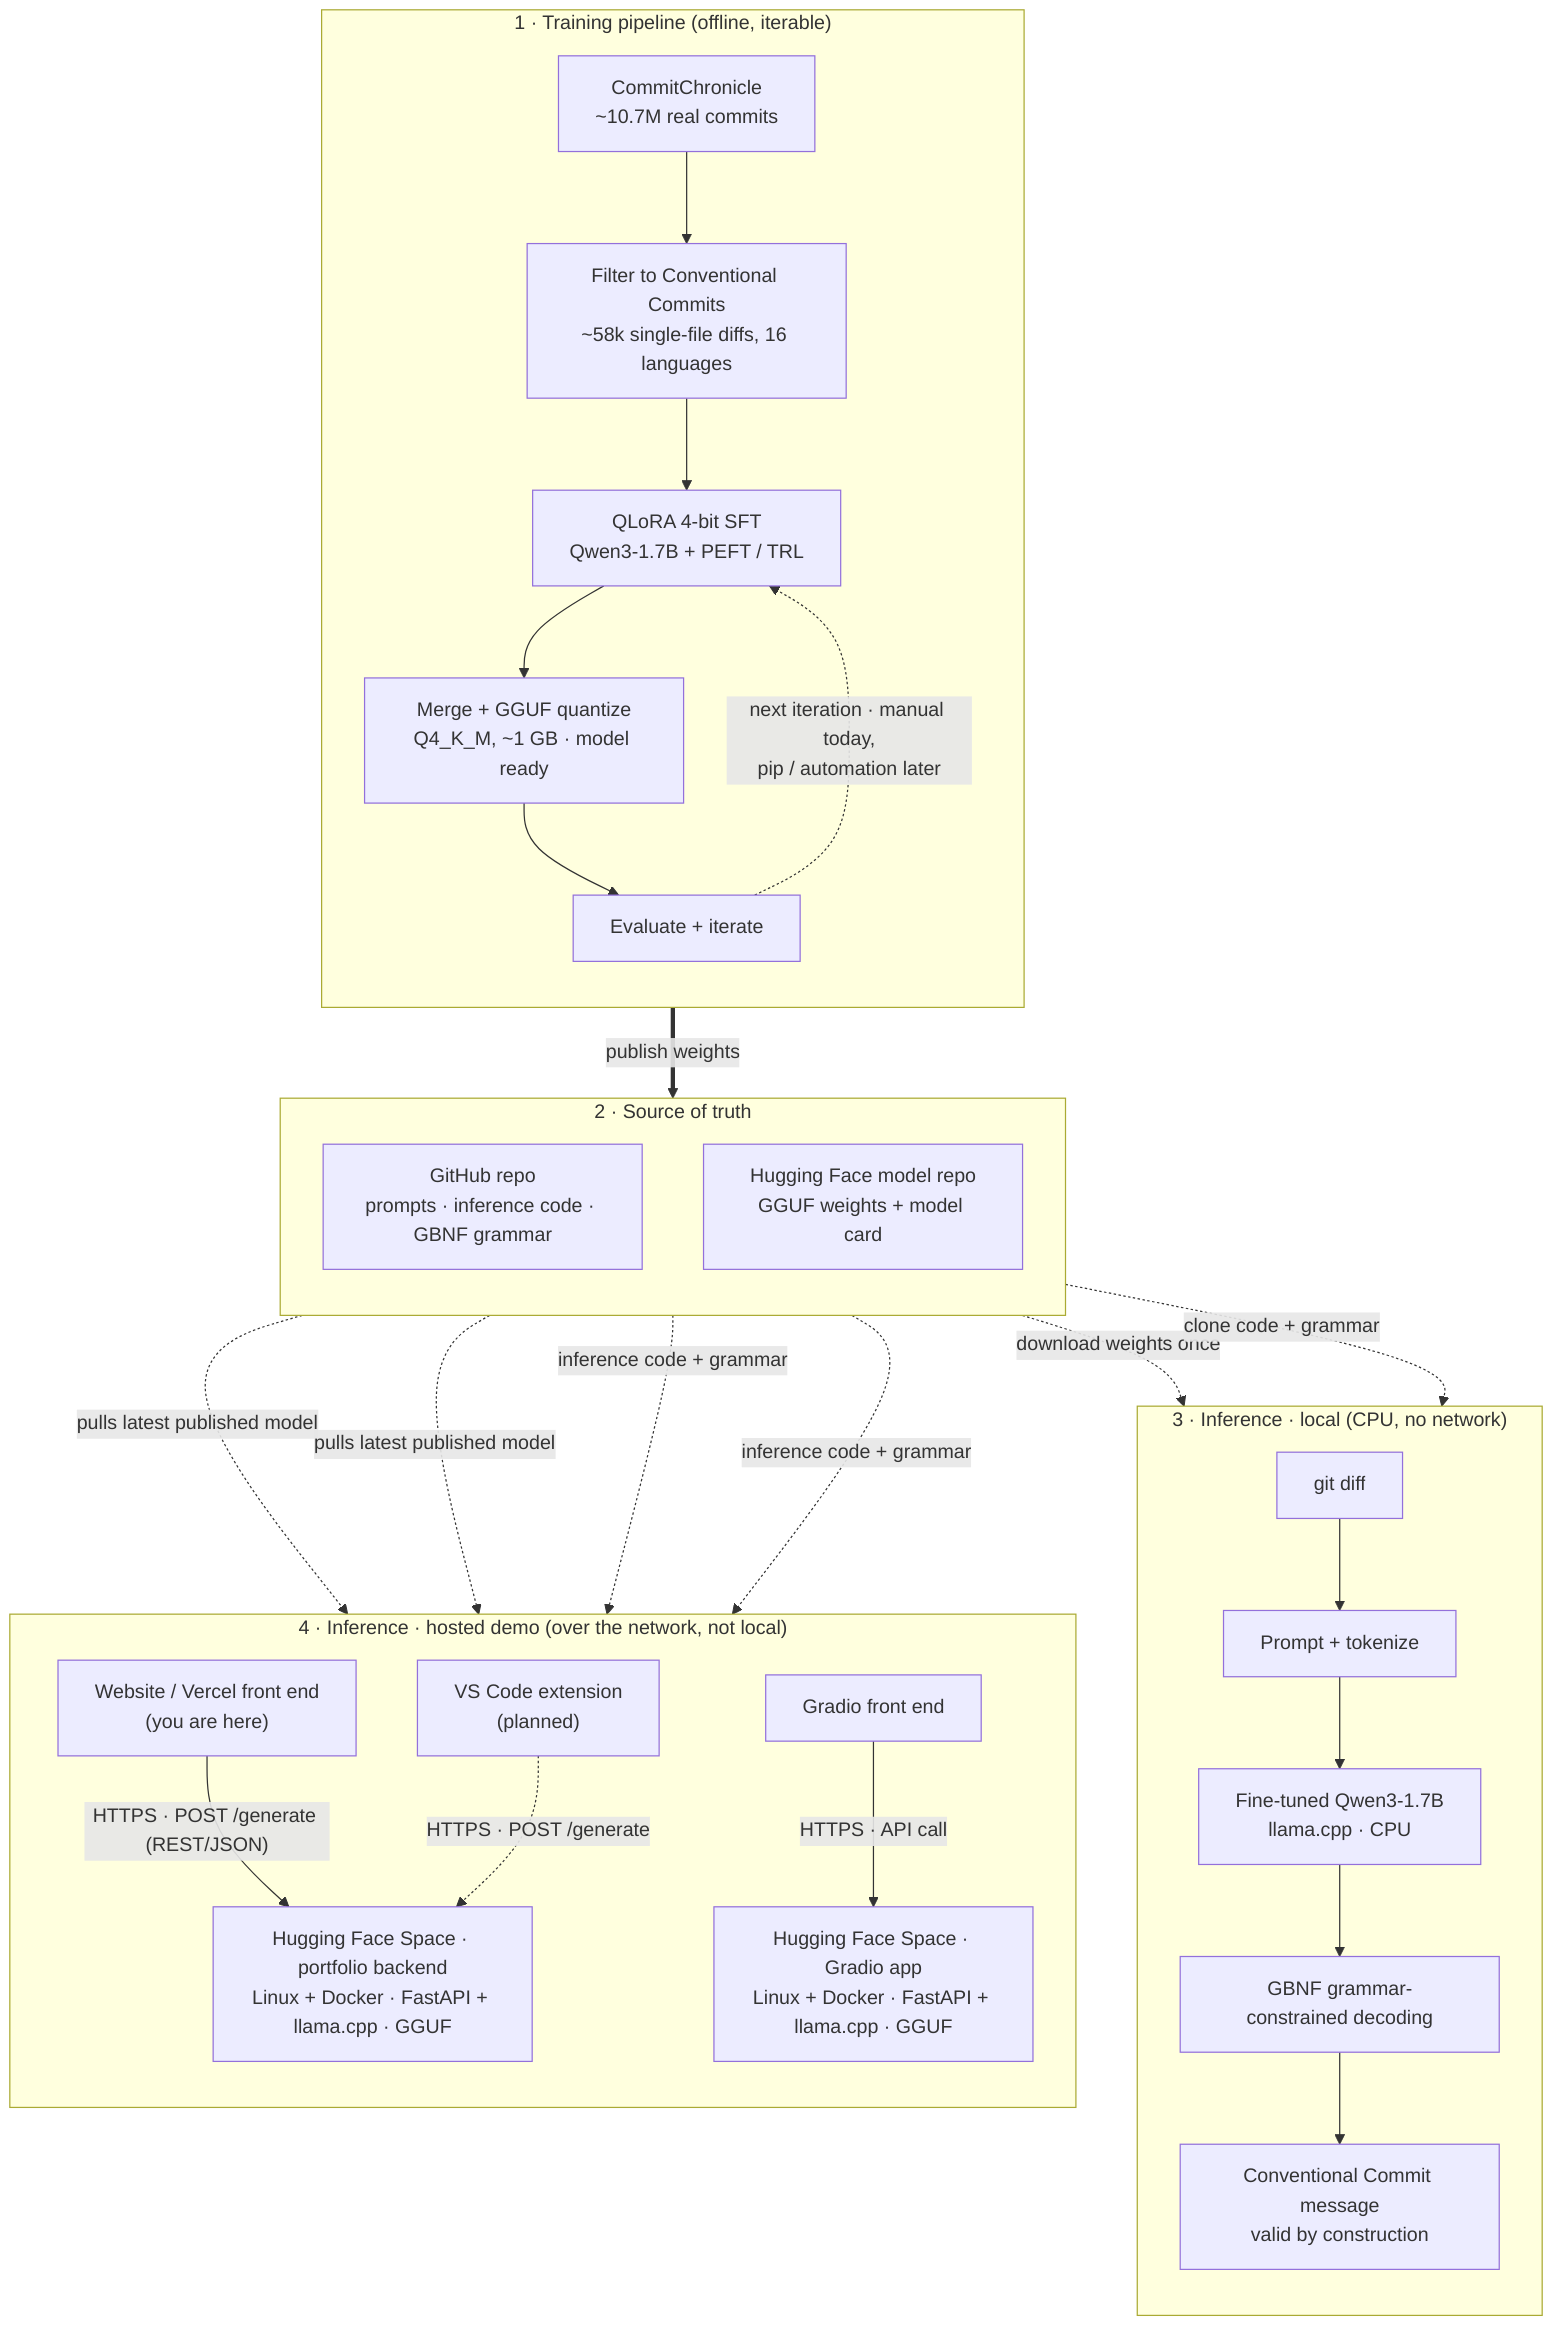
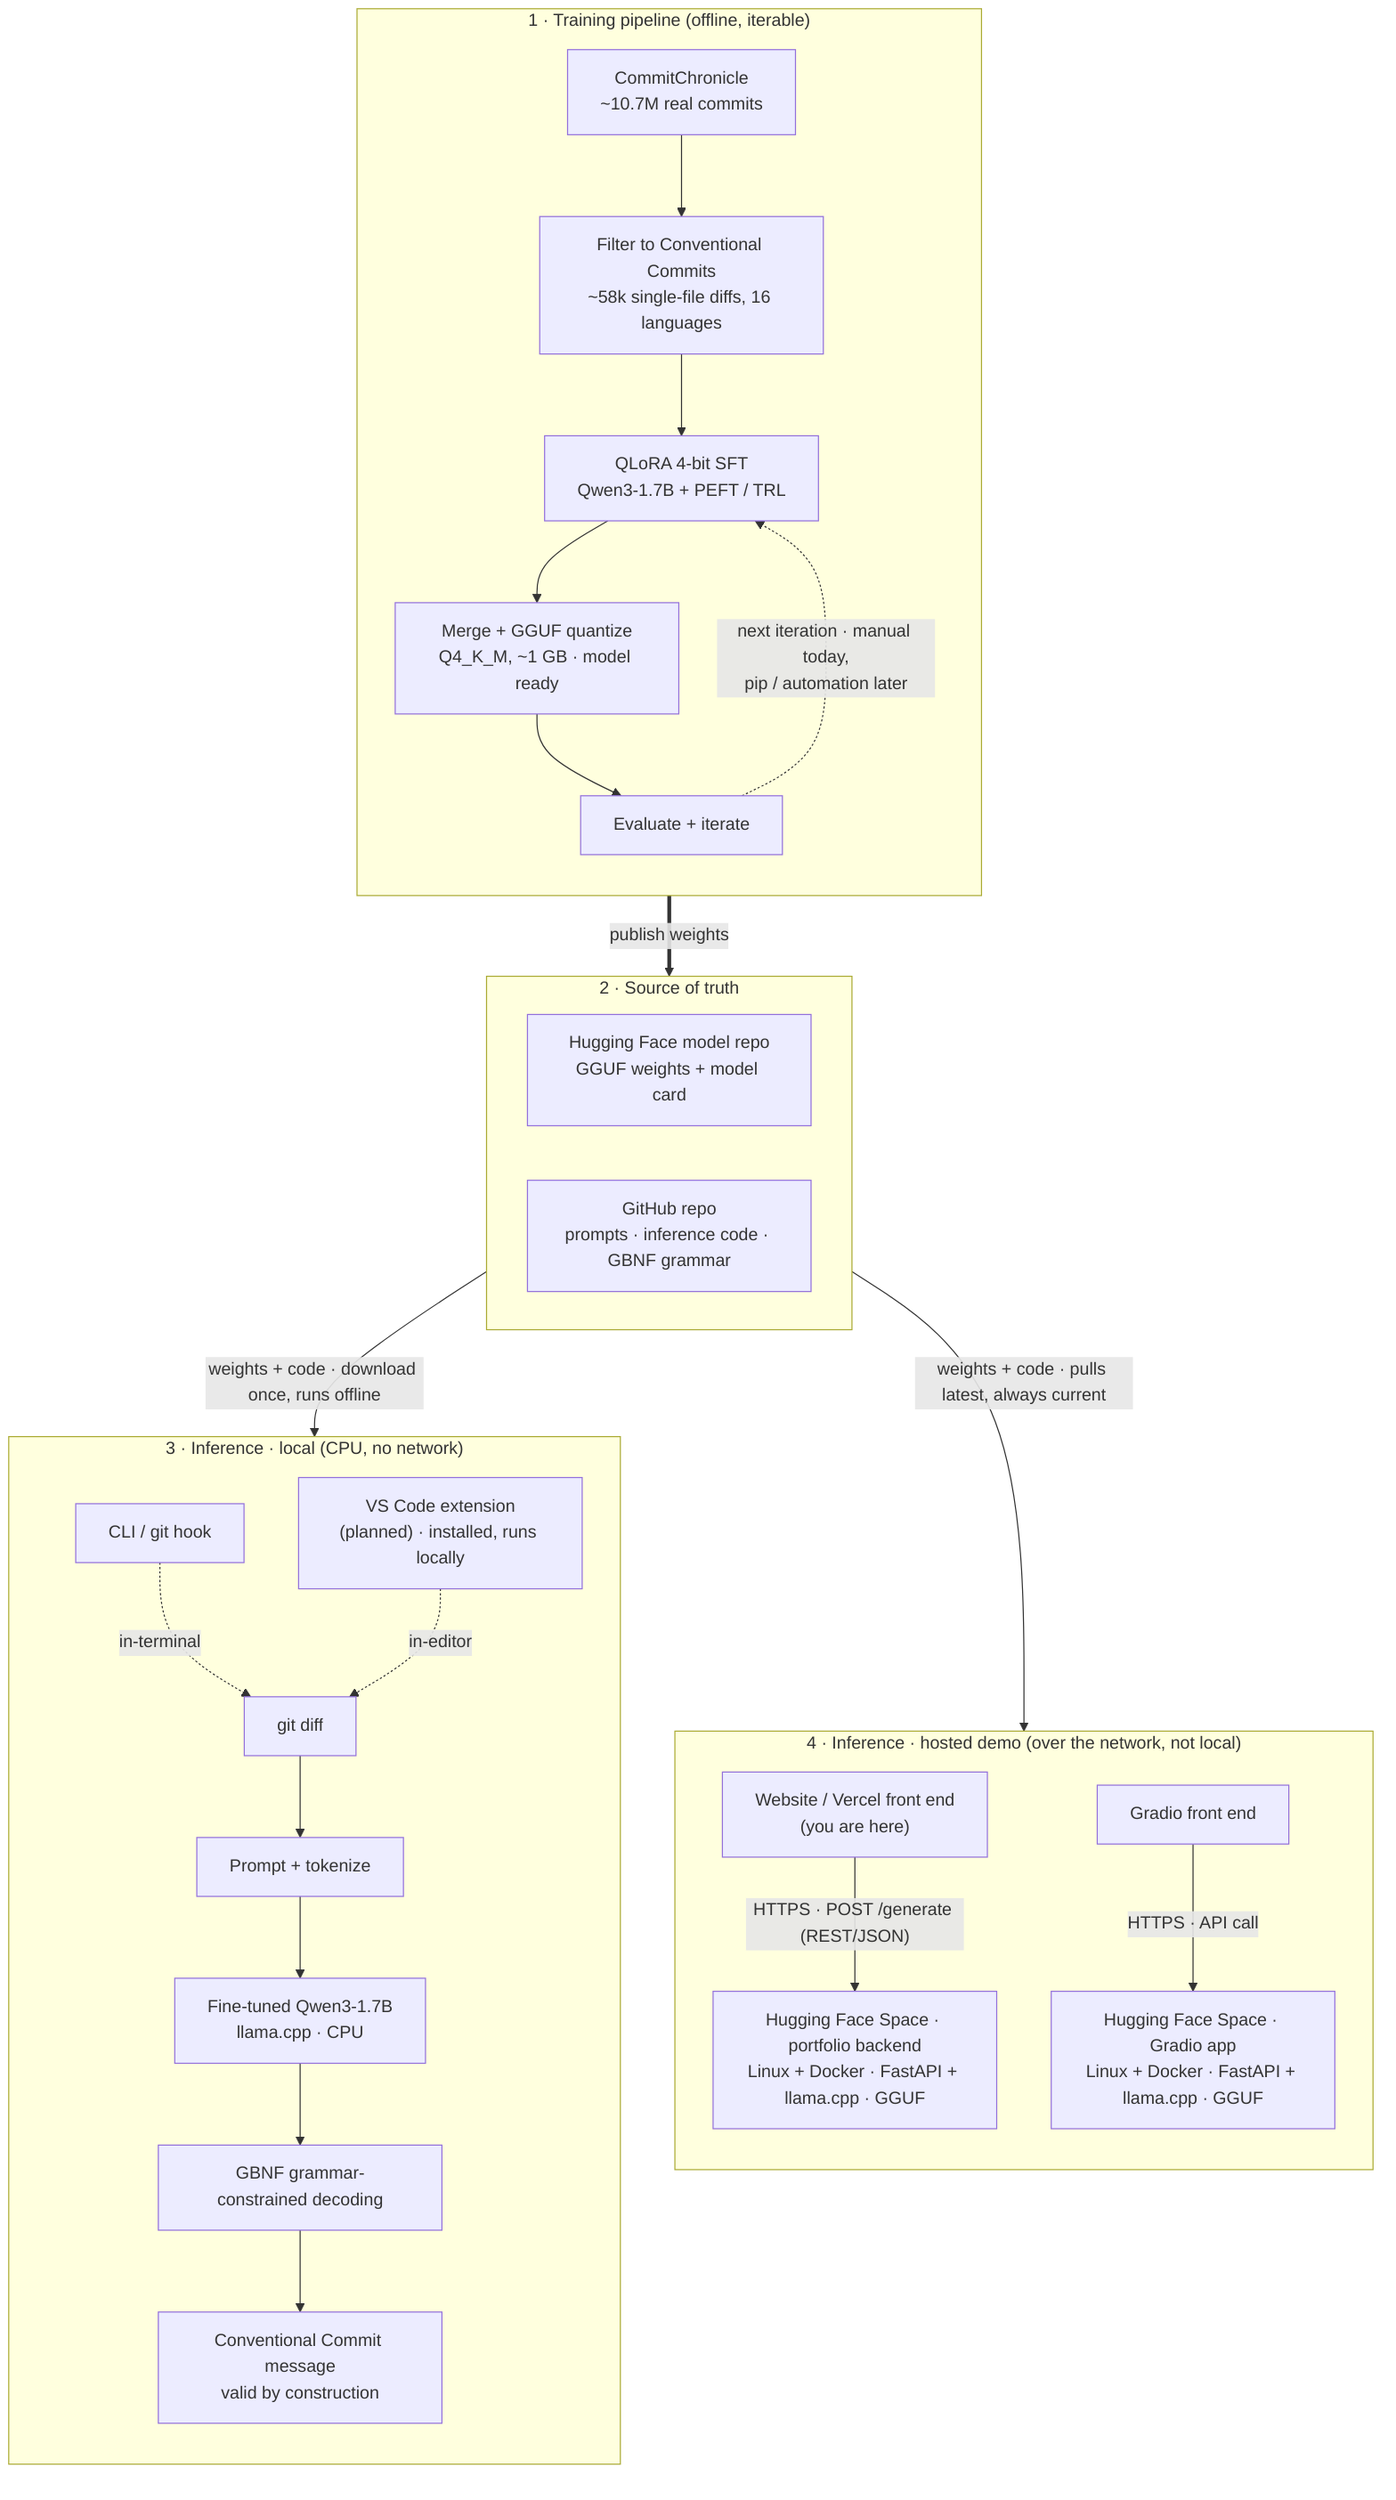
%% Committed: system architecture (Mermaid source).
%% Portable artifact for READMEs and docs. GitHub, GitLab, and most Markdown
%% renderers display this natively inside a ```mermaid code fence.
- %% Vertical layout (flowchart TB) so it renders well on narrow / mobile screens.
- %% The /committed page renders an equivalent diagram natively in its design system.
+ %% Vertical tree (flowchart TB): training publishes to the source of truth,
+ %% which feeds both inference paths. The /committed page renders an equivalent
+ %% diagram natively in its design system.
flowchart TB

  %% ===== 1 · Training pipeline (offline, iterable) =====
  subgraph training["1 · Training pipeline (offline, iterable)"]
    direction TB
    A["CommitChronicle<br/>~10.7M real commits"]
    B["Filter to Conventional Commits<br/>~58k single-file diffs, 16 languages"]
    C["QLoRA 4-bit SFT<br/>Qwen3-1.7B + PEFT / TRL"]
    D["Merge + GGUF quantize<br/>Q4_K_M, ~1 GB · model ready"]
    EVAL["Evaluate + iterate"]
    A --> B --> C --> D --> EVAL
    EVAL -. "next iteration · manual today,<br/>pip / automation later" .-> C
  end

  %% ===== 2 · Source of truth =====
  subgraph sources["2 · Source of truth"]
-     direction TB
+     direction LR
+     HFM["Hugging Face model repo<br/>GGUF weights + model card"]
    GH["GitHub repo<br/>prompts · inference code · GBNF grammar"]
-     HFM["Hugging Face model repo<br/>GGUF weights + model card"]
  end
- 
-   D ==>|"publish weights"| HFM

  %% ===== 3 · Inference · local (fully offline) =====
  subgraph local["3 · Inference · local (CPU, no network)"]
    direction TB
+     CLI["CLI / git hook"]
+     VSCODE["VS Code extension<br/>(planned) · installed, runs locally"]
    E["git diff"]
    F["Prompt + tokenize"]
    G["Fine-tuned Qwen3-1.7B<br/>llama.cpp · CPU"]
    H["GBNF grammar-constrained decoding"]
    I["Conventional Commit message<br/>valid by construction"]
+     CLI -. "in-terminal" .-> E
+     VSCODE -. "in-editor" .-> E
    E --> F --> G --> H --> I
  end
- 
-   HFM -. "download weights once" .-> G
-   GH  -. "clone code + grammar" .-> F

  %% ===== 4 · Inference · hosted demo (over the network, not local) =====
  subgraph online["4 · Inference · hosted demo (over the network, not local)"]
    direction TB
    WEB["Website / Vercel front end<br/>(you are here)"]
    GRADIO["Gradio front end"]
-     VSCODE["VS Code extension<br/>(planned)"]
    SPACE_API["Hugging Face Space · portfolio backend<br/>Linux + Docker · FastAPI + llama.cpp · GGUF"]
    SPACE_GR["Hugging Face Space · Gradio app<br/>Linux + Docker · FastAPI + llama.cpp · GGUF"]
    WEB    -->|"HTTPS · POST /generate (REST/JSON)"| SPACE_API
    GRADIO -->|"HTTPS · API call"| SPACE_GR
-     VSCODE -. "HTTPS · POST /generate" .-> SPACE_API
  end

-   HFM -. "pulls latest published model" .-> SPACE_API
-   HFM -. "pulls latest published model" .-> SPACE_GR
-   GH  -. "inference code + grammar" .-> SPACE_API
-   GH  -. "inference code + grammar" .-> SPACE_GR
+   %% Trunk: cluster-to-cluster so it stacks as a tree. The weights (Hugging
+   %% Face) vs code/grammar (GitHub) split lives inside the sources box.
+   training ==>|"publish weights"| sources
+   sources -->|"weights + code · download once, runs offline"| local
+   sources -->|"weights + code · pulls latest, always current"| online
